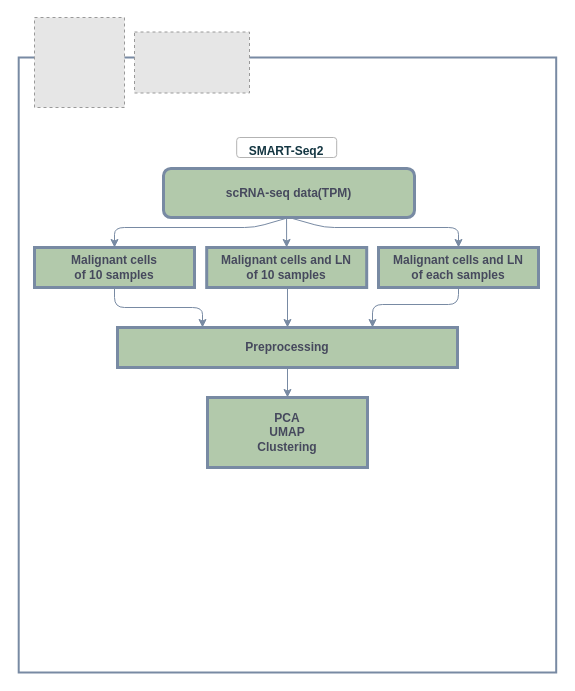
Before: Untitled Diagram.drawio in hojin9218/singlecell_paper, a draw.io diagram. Source tidied: cells renumbered, new cells numbered last; positions are measured from the earlier drawing's top-left corner, leaving out a move shared by most shapes. Both pictures are drawn from the tidied source at 100%, with x=0, y=0 at pixel (18, 17). Pictures stored in the file or linked from it are replaced by grey dashed boxes.
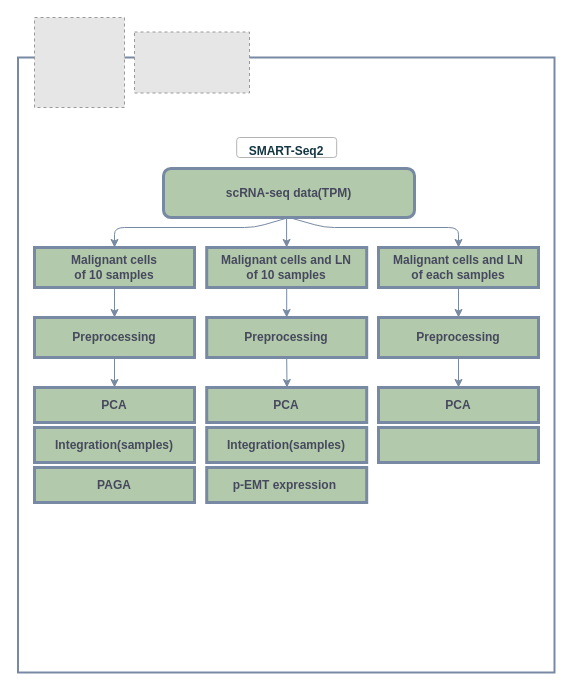
The same diagram, later.

Unchanged cells that the change refers to:
```xml
<mxCell id="11" value="Malignant cells&#10;of 10 samples" style="whiteSpace=wrap;align=center;verticalAlign=middle;fontStyle=1;strokeWidth=3;fillColor=#B2C9AB;strokeColor=#788AA3;fontColor=#46495D;fontSize=12;" parent="1" vertex="1">
  <mxGeometry x="16" y="230" width="160" height="40" as="geometry" />
</mxCell>
<mxCell id="13" value="Malignant cells and LN&#10;of 10 samples" style="whiteSpace=wrap;align=center;verticalAlign=middle;fontStyle=1;strokeWidth=3;fillColor=#B2C9AB;strokeColor=#788AA3;fontColor=#46495D;fontSize=12;" parent="1" vertex="1">
  <mxGeometry x="188.2" y="230" width="160" height="40" as="geometry" />
</mxCell>
<mxCell id="14" value="Malignant cells and LN&#10;of each samples" style="whiteSpace=wrap;align=center;verticalAlign=middle;fontStyle=1;strokeWidth=3;fillColor=#B2C9AB;strokeColor=#788AA3;fontColor=#46495D;fontSize=12;" parent="1" vertex="1">
  <mxGeometry x="360" y="230" width="160" height="40" as="geometry" />
</mxCell>
```

Diff of the diagram source:
```diff
@@
-    <mxCell id="3" style="endArrow=classic;html=1;fontColor=#46495D;strokeColor=#788AA3;fillColor=#B2C9AB;exitX=0.5;exitY=1;exitDx=0;exitDy=0;entryX=0.25;entryY=0;entryDx=0;entryDy=0;" parent="1" edge="1" target="18">
-      <mxGeometry relative="1" as="geometry">
-        <mxPoint x="96" y="270" as="sourcePoint" />
-        <Array as="points">
-          <mxPoint x="96" y="290" />
-          <mxPoint x="184" y="290" />
-        </Array>
-      </mxGeometry>
-    </mxCell>
-    <mxCell id="4" style="endArrow=classic;html=1;fontColor=#46495D;strokeColor=#788AA3;fillColor=#B2C9AB;exitX=0.5;exitY=1;exitDx=0;exitDy=0;entryX=0.75;entryY=0;entryDx=0;entryDy=0;" parent="1" edge="1" target="18">
-      <mxGeometry relative="1" as="geometry">
-        <mxPoint x="440" y="267" as="sourcePoint" />
-        <Array as="points">
-          <mxPoint x="440" y="287" />
-          <mxPoint x="354" y="287" />
-        </Array>
-      </mxGeometry>
-    </mxCell>
-    <mxCell id="5" style="endArrow=classic;html=1;fontColor=#46495D;strokeColor=#788AA3;fillColor=#B2C9AB;entryX=0.5;entryY=0;entryDx=0;entryDy=0;" parent="1" edge="1" target="18">
-      <mxGeometry relative="1" as="geometry">
-        <mxPoint x="269" y="260" as="sourcePoint" />
-      </mxGeometry>
-    </mxCell>
     <mxCell id="6" style="rounded=0;whiteSpace=wrap;html=1;sketch=0;fontColor=#46495D;strokeColor=#788AA3;fillColor=none;strokeWidth=2;" parent="1" vertex="1">
-      <mxGeometry x="0.2" y="40" width="537.5" height="615" as="geometry" />
+      <mxGeometry x="-0.5" y="40" width="536.5" height="615" as="geometry" />
     </mxCell>
@@
+    <mxCell id="19" style="edgeStyle=orthogonalEdgeStyle;curved=0;rounded=1;sketch=0;jettySize=auto;html=1;exitX=0.5;exitY=1;exitDx=0;exitDy=0;entryX=0.5;entryY=0;entryDx=0;entryDy=0;fontColor=#46495D;strokeColor=#788AA3;fillColor=#B2C9AB;" parent="1" edge="1" source="11" target="20">
+      <mxGeometry relative="1" as="geometry" />
+    </mxCell>
@@
-    <mxCell id="12" value="PCA&#10;UMAP&#10;Clustering" style="whiteSpace=wrap;align=center;verticalAlign=middle;fontStyle=1;strokeWidth=3;fillColor=#B2C9AB;strokeColor=#788AA3;fontColor=#46495D;fontSize=12;" parent="1" vertex="1">
-      <mxGeometry x="189" y="380" width="160" height="70" as="geometry" />
-    </mxCell>
+    <mxCell id="20" value="Preprocessing" style="whiteSpace=wrap;align=center;verticalAlign=middle;fontStyle=1;strokeWidth=3;fillColor=#B2C9AB;strokeColor=#788AA3;fontColor=#46495D;fontSize=12;" parent="1" vertex="1">
+      <mxGeometry x="16" y="300" width="160" height="40" as="geometry" />
+    </mxCell>
@@
-    <mxCell id="15" style="endArrow=classic;html=1;fontColor=#46495D;strokeColor=#788AA3;fillColor=#B2C9AB;exitX=0.5;exitY=1;exitDx=0;exitDy=0;entryX=0.5;entryY=0;entryDx=0;entryDy=0;" parent="1" edge="1" source="18" target="12">
-      <mxGeometry relative="1" as="geometry" />
+    <mxCell id="15" style="endArrow=classic;html=1;fontColor=#46495D;strokeColor=#788AA3;fillColor=#B2C9AB;entryX=0.5;entryY=0;entryDx=0;entryDy=0;exitX=0.5;exitY=1;exitDx=0;exitDy=0;" parent="1" edge="1" source="20">
+      <mxGeometry relative="1" as="geometry">
+        <mxPoint x="96" y="370" as="targetPoint" />
+      </mxGeometry>
     </mxCell>
@@
+    <mxCell id="21" style="edgeStyle=orthogonalEdgeStyle;curved=0;rounded=1;sketch=0;jettySize=auto;html=1;exitX=0.5;exitY=1;exitDx=0;exitDy=0;entryX=0.5;entryY=0;entryDx=0;entryDy=0;fontColor=#46495D;strokeColor=#788AA3;fillColor=#B2C9AB;" parent="1" edge="1" source="18">
+      <mxGeometry relative="1" as="geometry">
+        <mxPoint x="268.5" y="370" as="targetPoint" />
+      </mxGeometry>
+    </mxCell>
     <mxCell id="18" value="Preprocessing" style="whiteSpace=wrap;align=center;verticalAlign=middle;fontStyle=1;strokeWidth=3;fillColor=#B2C9AB;strokeColor=#788AA3;fontColor=#46495D;fontSize=12;" parent="1" vertex="1">
-      <mxGeometry x="99" y="310" width="340" height="40" as="geometry" />
+      <mxGeometry x="188.2" y="300" width="160" height="40" as="geometry" />
     </mxCell>
+    <mxCell id="22" value="Preprocessing" style="whiteSpace=wrap;align=center;verticalAlign=middle;fontStyle=1;strokeWidth=3;fillColor=#B2C9AB;strokeColor=#788AA3;fontColor=#46495D;fontSize=12;" parent="1" vertex="1">
+      <mxGeometry x="360" y="300" width="160" height="40" as="geometry" />
+    </mxCell>
+    <mxCell id="23" style="endArrow=classic;html=1;fontColor=#46495D;strokeColor=#788AA3;fillColor=#B2C9AB;exitX=0.5;exitY=1;exitDx=0;exitDy=0;" parent="1" edge="1" source="14" target="22">
+      <mxGeometry relative="1" as="geometry" />
+    </mxCell>
+    <mxCell id="24" style="endArrow=classic;html=1;fontColor=#46495D;strokeColor=#788AA3;fillColor=#B2C9AB;exitX=0.5;exitY=1;exitDx=0;exitDy=0;entryX=0.5;entryY=0;entryDx=0;entryDy=0;" parent="1" edge="1" source="13" target="18">
+      <mxGeometry relative="1" as="geometry" />
+    </mxCell>
+    <mxCell id="25" value="Integration(samples)" style="whiteSpace=wrap;align=center;verticalAlign=middle;fontStyle=1;strokeWidth=3;fillColor=#B2C9AB;strokeColor=#788AA3;fontColor=#46495D;fontSize=12;" parent="1" vertex="1">
+      <mxGeometry x="16" y="410" width="160" height="35" as="geometry" />
+    </mxCell>
+    <mxCell id="26" value="PAGA" style="whiteSpace=wrap;align=center;verticalAlign=middle;fontStyle=1;strokeWidth=3;fillColor=#B2C9AB;strokeColor=#788AA3;fontColor=#46495D;fontSize=12;" parent="1" vertex="1">
+      <mxGeometry x="16" y="450" width="160" height="35" as="geometry" />
+    </mxCell>
+    <mxCell id="27" value="PCA" style="whiteSpace=wrap;align=center;verticalAlign=middle;fontStyle=1;strokeWidth=3;fillColor=#B2C9AB;strokeColor=#788AA3;fontColor=#46495D;fontSize=12;" parent="1" vertex="1">
+      <mxGeometry x="16" y="370" width="160" height="35" as="geometry" />
+    </mxCell>
+    <mxCell id="28" value="PCA" style="whiteSpace=wrap;align=center;verticalAlign=middle;fontStyle=1;strokeWidth=3;fillColor=#B2C9AB;strokeColor=#788AA3;fontColor=#46495D;fontSize=12;" parent="1" vertex="1">
+      <mxGeometry x="188.2" y="370" width="160" height="35" as="geometry" />
+    </mxCell>
+    <mxCell id="29" value="PCA" style="whiteSpace=wrap;align=center;verticalAlign=middle;fontStyle=1;strokeWidth=3;fillColor=#B2C9AB;strokeColor=#788AA3;fontColor=#46495D;fontSize=12;" parent="1" vertex="1">
+      <mxGeometry x="360" y="370" width="160" height="35" as="geometry" />
+    </mxCell>
+    <mxCell id="30" style="endArrow=classic;html=1;fontColor=#46495D;strokeColor=#788AA3;fillColor=#B2C9AB;entryX=0.5;entryY=0;entryDx=0;entryDy=0;exitX=0.5;exitY=1;exitDx=0;exitDy=0;" parent="1" edge="1" source="22" target="29">
+      <mxGeometry relative="1" as="geometry" />
+    </mxCell>
+    <mxCell id="31" value="Integration(samples)" style="whiteSpace=wrap;align=center;verticalAlign=middle;fontStyle=1;strokeWidth=3;fillColor=#B2C9AB;strokeColor=#788AA3;fontColor=#46495D;fontSize=12;" parent="1" vertex="1">
+      <mxGeometry x="188.2" y="410" width="160" height="35" as="geometry" />
+    </mxCell>
+    <mxCell id="32" value="p-EMT expression " style="whiteSpace=wrap;align=center;verticalAlign=middle;fontStyle=1;strokeWidth=3;fillColor=#B2C9AB;strokeColor=#788AA3;fontColor=#46495D;fontSize=12;" parent="1" vertex="1">
+      <mxGeometry x="188.2" y="450" width="160" height="35" as="geometry" />
+    </mxCell>
+    <mxCell id="33" style="whiteSpace=wrap;align=center;verticalAlign=middle;fontStyle=1;strokeWidth=3;fillColor=#B2C9AB;strokeColor=#788AA3;fontColor=#46495D;fontSize=12;" parent="1" vertex="1">
+      <mxGeometry x="360" y="410" width="160" height="35" as="geometry" />
+    </mxCell>
```
